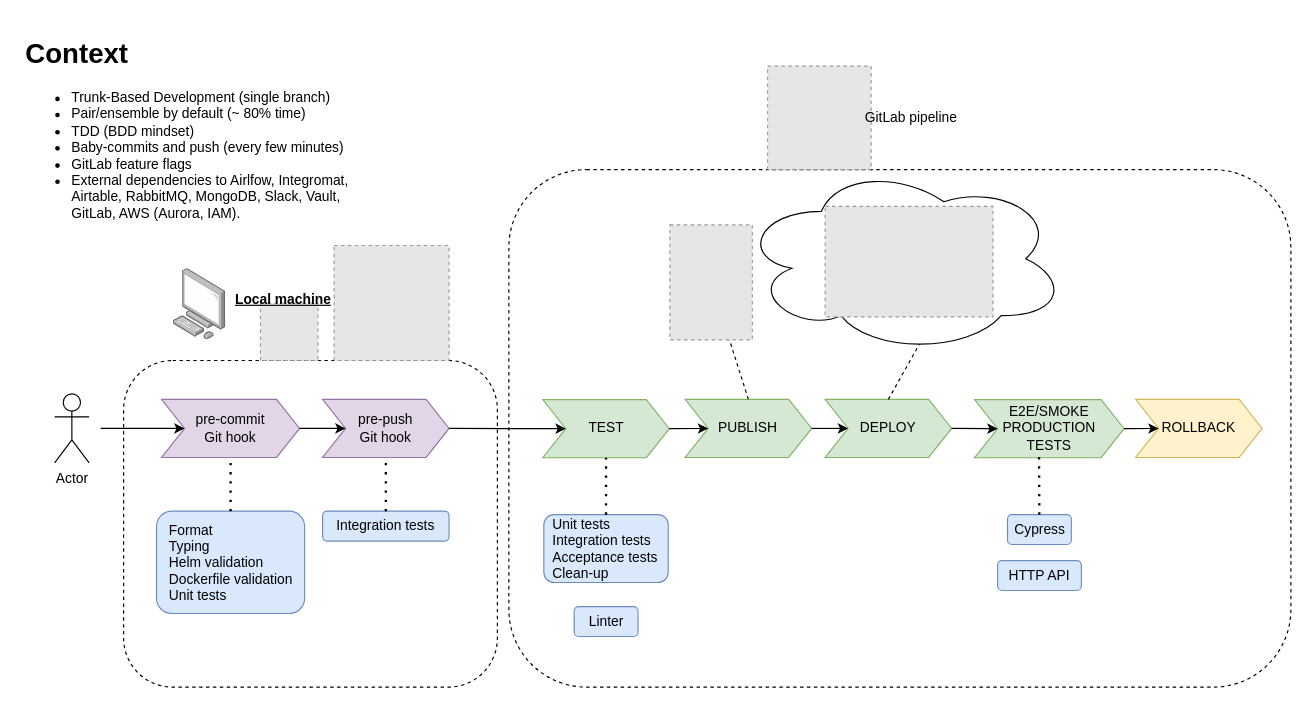
Earlier version of the draw.io diagram page "Clarity AI" (1 of 2) of talk-master-urjc-continuous-deployment/Charla URJC Despliegue Continuo.drawio (islomar/my-notes). Source tidied: cells renumbered, new cells numbered last; positions are measured from the earlier drawing's top-left corner, leaving out a move shared by most shapes. Both pictures are drawn from the tidied source at 115%, with x=0, y=0 at pixel (20, 31). Pictures stored in the file or linked from it are replaced by grey dashed boxes.
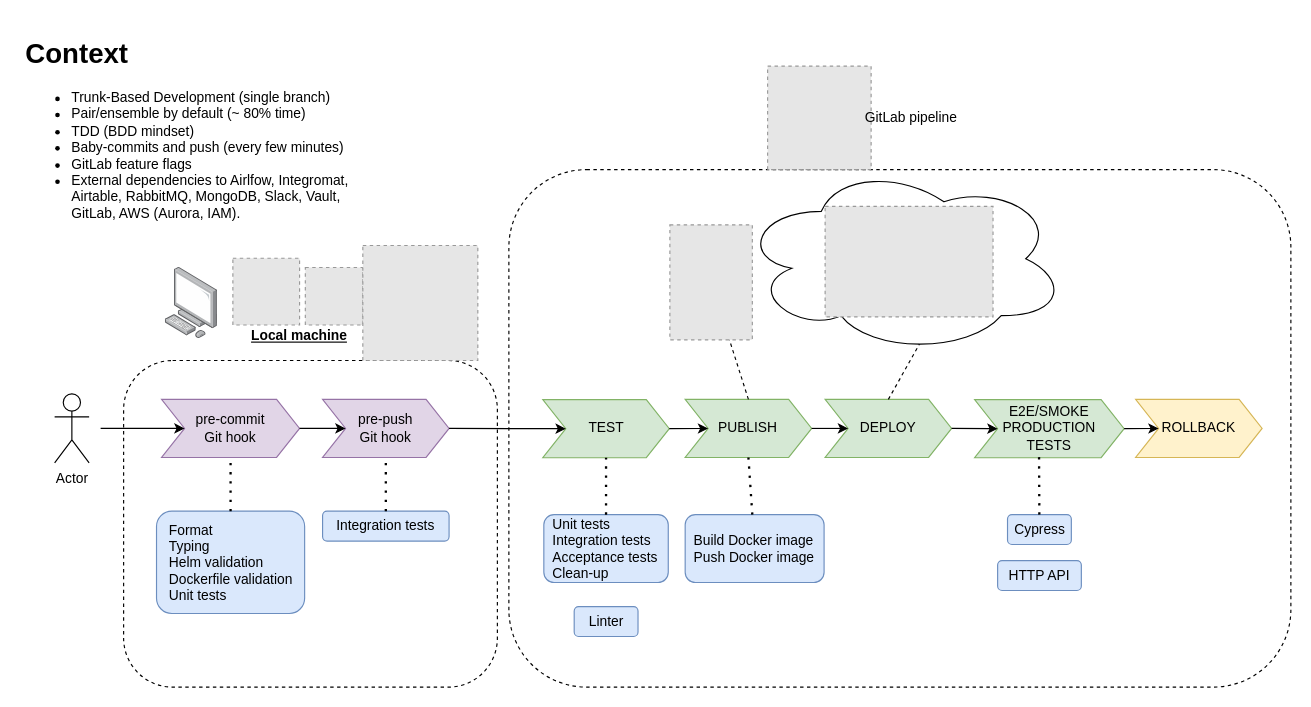
After the change.

Unchanged cells that the change refers to:
```xml
<mxCell id="12" value="PUBLISH" style="shape=step;perimeter=stepPerimeter;whiteSpace=wrap;html=1;fixedSize=1;fillColor=#d5e8d4;strokeColor=#82b366;" parent="1" vertex="1">
  <mxGeometry x="578.3" y="319.8" width="110" height="50.5" as="geometry" />
</mxCell>
```

What changed in the source:
```diff
@@
     <mxCell id="37" style="fillColor=#E6E6E6;strokeColor=#999999;dashed=1;verticalLabelPosition=bottom;labelBackgroundColor=default;verticalAlign=top;" parent="1" vertex="1">
-      <mxGeometry x="209" y="236" width="50" height="50" as="geometry" />
+      <mxGeometry x="248" y="205.1" width="50" height="50" as="geometry" />
     </mxCell>
     <mxCell id="38" style="html=1;align=center;shadow=0;dashed=0;image;image=img/lib/allied_telesis/computer_and_terminals/Personal_Computer.svg;" parent="1" vertex="1">
-      <mxGeometry x="133.4" y="206.2" width="45.6" height="61.8" as="geometry" />
+      <mxGeometry x="126.2" y="205.1" width="45.6" height="61.8" as="geometry" />
     </mxCell>
     <mxCell id="39" value="Local machine" style="text;html=1;strokeColor=none;fillColor=none;align=center;verticalAlign=middle;whiteSpace=wrap;rounded=0;dashed=1;fontStyle=5;" parent="1" vertex="1">
-      <mxGeometry x="174" y="218.1" width="110" height="30" as="geometry" />
+      <mxGeometry x="188" y="250" width="110" height="30" as="geometry" />
     </mxCell>
     <mxCell id="40" style="fillColor=#E6E6E6;strokeColor=#999999;dashed=1;verticalLabelPosition=bottom;labelBackgroundColor=default;verticalAlign=top;" parent="1" vertex="1">
-      <mxGeometry x="273" y="186" width="100" height="100" as="geometry" />
+      <mxGeometry x="298" y="186" width="100" height="100" as="geometry" />
     </mxCell>
+    <mxCell id="41" style="fillColor=#E6E6E6;strokeColor=#999999;dashed=1;verticalLabelPosition=bottom;labelBackgroundColor=default;verticalAlign=top;" parent="1" vertex="1">
+      <mxGeometry x="185" y="197.1" width="58" height="58" as="geometry" />
+    </mxCell>
+    <mxCell id="42" value="&lt;div style=&quot;text-align: left;&quot;&gt;Build Docker image&lt;/div&gt;&lt;div style=&quot;text-align: left;&quot;&gt;Push Docker image&lt;/div&gt;" style="rounded=1;whiteSpace=wrap;html=1;fillColor=#dae8fc;strokeColor=#6c8ebf;" parent="1" vertex="1">
+      <mxGeometry x="578.3" y="420" width="120.8" height="59" as="geometry" />
+    </mxCell>
+    <mxCell id="43" style="endArrow=none;dashed=1;html=1;dashPattern=1 3;strokeWidth=2;rounded=0;entryX=0.5;entryY=1;entryDx=0;entryDy=0;" parent="1" edge="1" source="42" target="12">
+      <mxGeometry relative="1" as="geometry" />
+    </mxCell>
```
